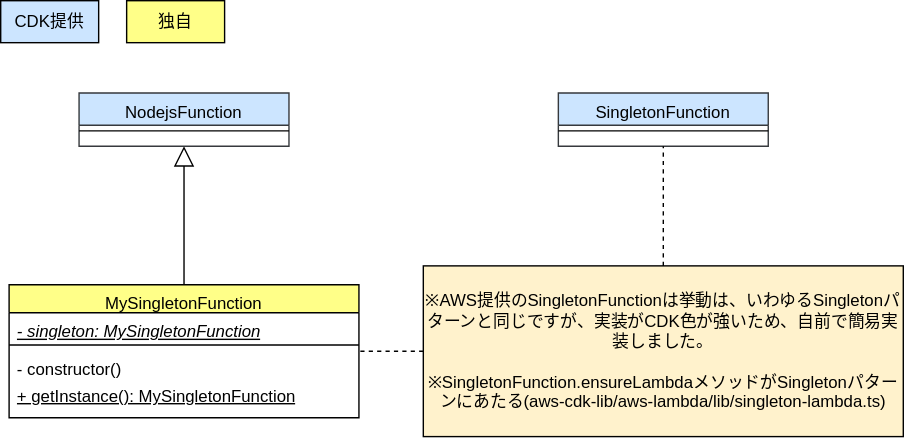
The draw.io diagram drawio/singleton/singleton-cdk.drawio.svg in go-to-k/cdk-gof-design-pattern, before a commit. Source tidied: cells renumbered, new cells last; positions are measured from the earlier drawing's top-left corner, leaving out a move shared by most shapes.
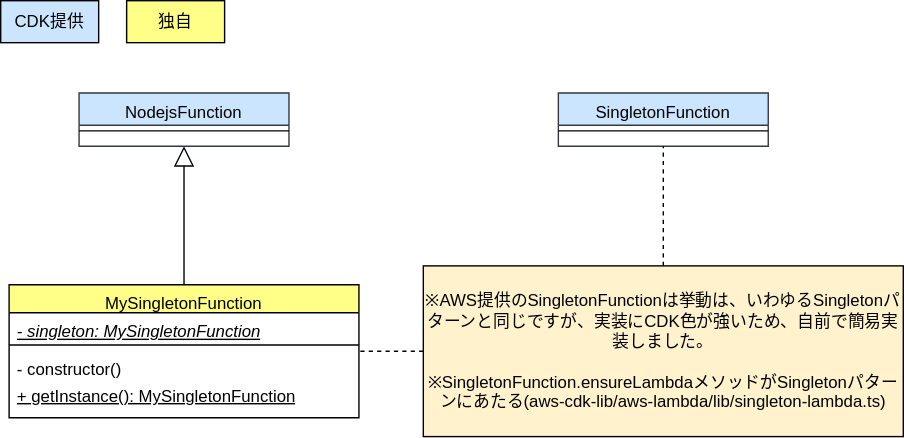
After the commit.

Diff of the diagram source:
```diff
@@ -38,7 +38,7 @@
     <mxCell id="13" style="line;html=1;strokeWidth=1;align=left;verticalAlign=middle;spacingTop=-1;spacingLeft=3;spacingRight=3;labelPosition=right;fontColor=#000000;strokeColor=#000000;" parent="12" vertex="1">
       <mxGeometry y="23" width="150" height="8" as="geometry" />
     </mxCell>
-    <mxCell id="14" value="※AWS提供のSingletonFunctionは挙動は、いわゆるSingletonパターンと同じですが、実装がCDK色が強いため、自前で簡易実装しました。&lt;br&gt;&lt;br&gt;※SingletonFunction.ensureLambdaメソッドがSingletonパターンにあたる(aws-cdk-lib/aws-lambda/lib/singleton-lambda.ts)" style="text;html=1;strokeColor=#000000;fillColor=#fff2cc;align=center;verticalAlign=middle;whiteSpace=wrap;rounded=0;fontColor=#000000;" parent="1" vertex="1">
+    <mxCell id="14" value="※AWS提供のSingletonFunctionは挙動は、いわゆるSingletonパターンと同じですが、実装にCDK色が強いため、自前で簡易実装しました。&lt;br&gt;&lt;br&gt;※SingletonFunction.ensureLambdaメソッドがSingletonパターンにあたる(aws-cdk-lib/aws-lambda/lib/singleton-lambda.ts)" style="text;html=1;strokeColor=#000000;fillColor=#fff2cc;align=center;verticalAlign=middle;whiteSpace=wrap;rounded=0;fontColor=#000000;" parent="1" vertex="1">
       <mxGeometry x="302" y="189.5" width="343" height="122" as="geometry" />
     </mxCell>
     <mxCell id="15" style="edgeStyle=none;html=1;dashed=1;strokeColor=#000000;endArrow=none;endFill=0;" parent="1" edge="1" source="14" target="2">
```
